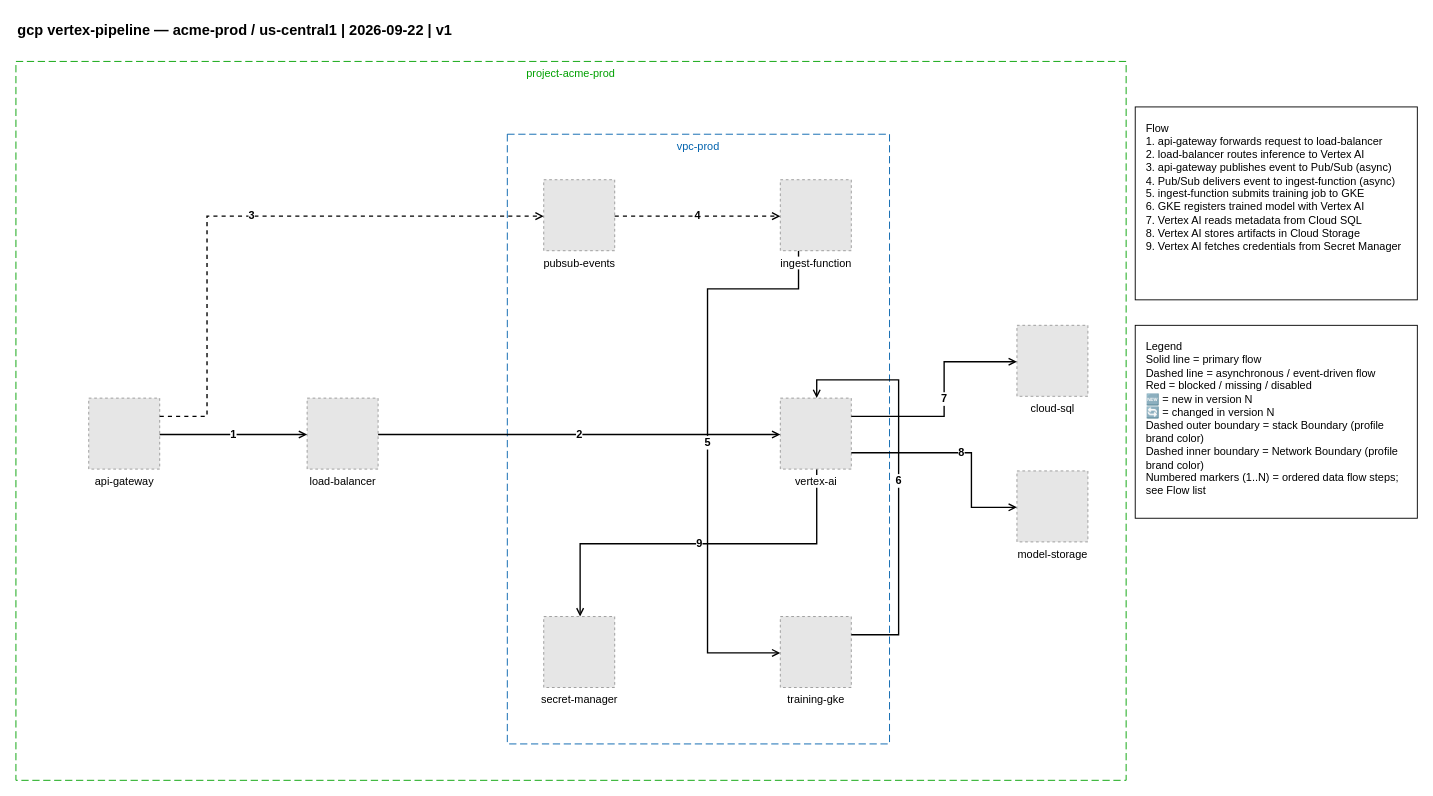
totoshko88/Cloud_Architecture keeps this draw.io diagram as examples/gcp/01-gcp-vertex-pipeline.drawio. Above is the earlier version. Source tidied: cells renumbered, new cells numbered last; positions are measured from the earlier drawing's top-left corner, leaving out a move shared by most shapes. Both pictures are drawn from the tidied source at 91%, with x=0, y=0 at pixel (15, 15). Pictures stored in the file or linked from it are replaced by grey dashed boxes.
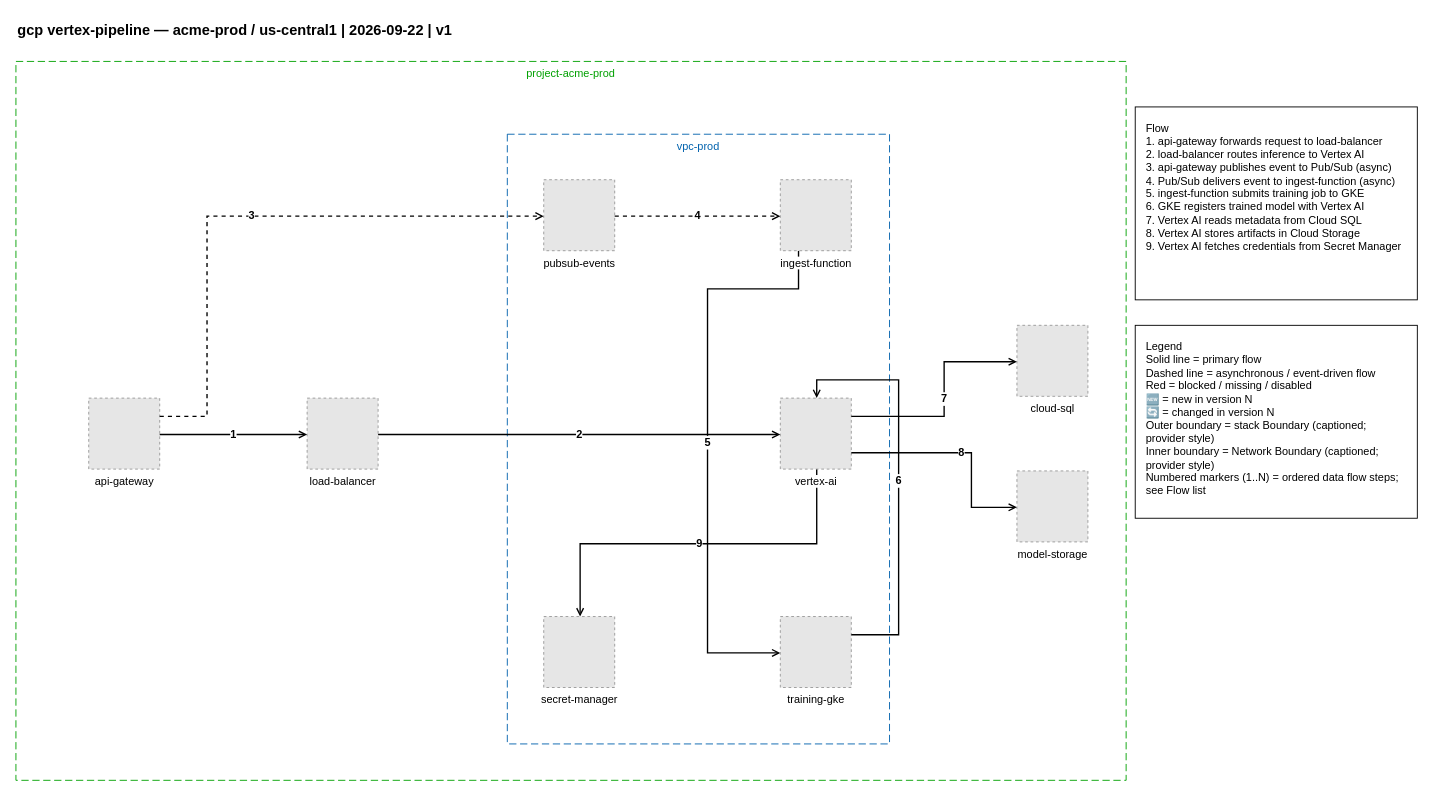
The same page after the edit.

The edit, as a diff of the source:
```diff
@@
-    <mxCell id="24" value="Legend&#10;Solid line = primary flow&#10;Dashed line = asynchronous / event-driven flow&#10;Red = blocked / missing / disabled&#10;🆕 = new in version N&#10;🔄 = changed in version N&#10;Dashed outer boundary = stack Boundary (profile brand color)&#10;Dashed inner boundary = Network Boundary (profile brand color)&#10;Numbered markers (1..N) = ordered data flow steps; see Flow list" style="text;html=1;align=left;verticalAlign=top;fontSize=12;whiteSpace=wrap;strokeColor=#000000;fillColor=#FFFFFF;spacingLeft=10;spacingRight=10;spacingTop=10;spacingBottom=10;" parent="1" vertex="1">
+    <mxCell id="24" value="Legend&#10;Solid line = primary flow&#10;Dashed line = asynchronous / event-driven flow&#10;Red = blocked / missing / disabled&#10;🆕 = new in version N&#10;🔄 = changed in version N&#10;Outer boundary = stack Boundary (captioned; provider style)&#10;Inner boundary = Network Boundary (captioned; provider style)&#10;Numbered markers (1..N) = ordered data flow steps; see Flow list" style="text;html=1;align=left;verticalAlign=top;fontSize=12;whiteSpace=wrap;strokeColor=#000000;fillColor=#FFFFFF;spacingLeft=10;spacingRight=10;spacingTop=10;spacingBottom=10;" parent="1" vertex="1">
       <mxGeometry x="1230" y="340" width="310" height="212" as="geometry" />
     </mxCell>
```
